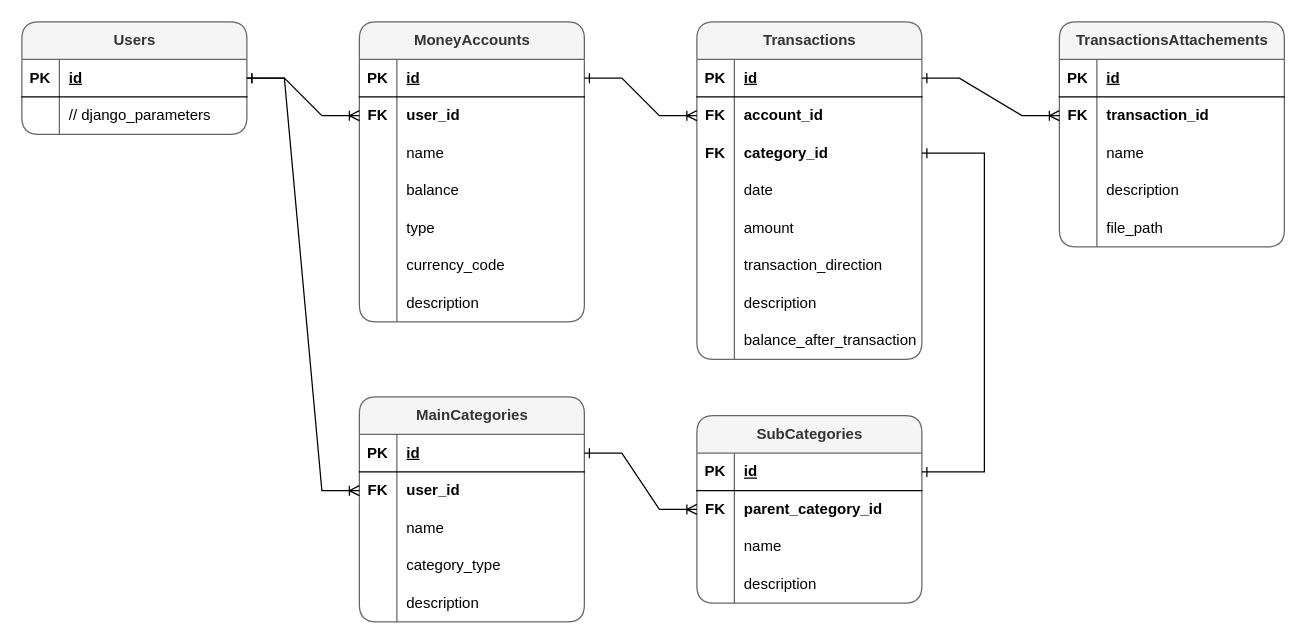
This is docs/src/database_diagram.drawio from infoshareacademy/jpydzr6-monkeys, a draw.io file, before an edit. Source tidied: cells renumbered, new cells numbered last; positions are measured from the earlier drawing's top-left corner, leaving out a move shared by most shapes. Both pictures are drawn from the tidied source at 125%, with x=0, y=0 at pixel (21, 21).
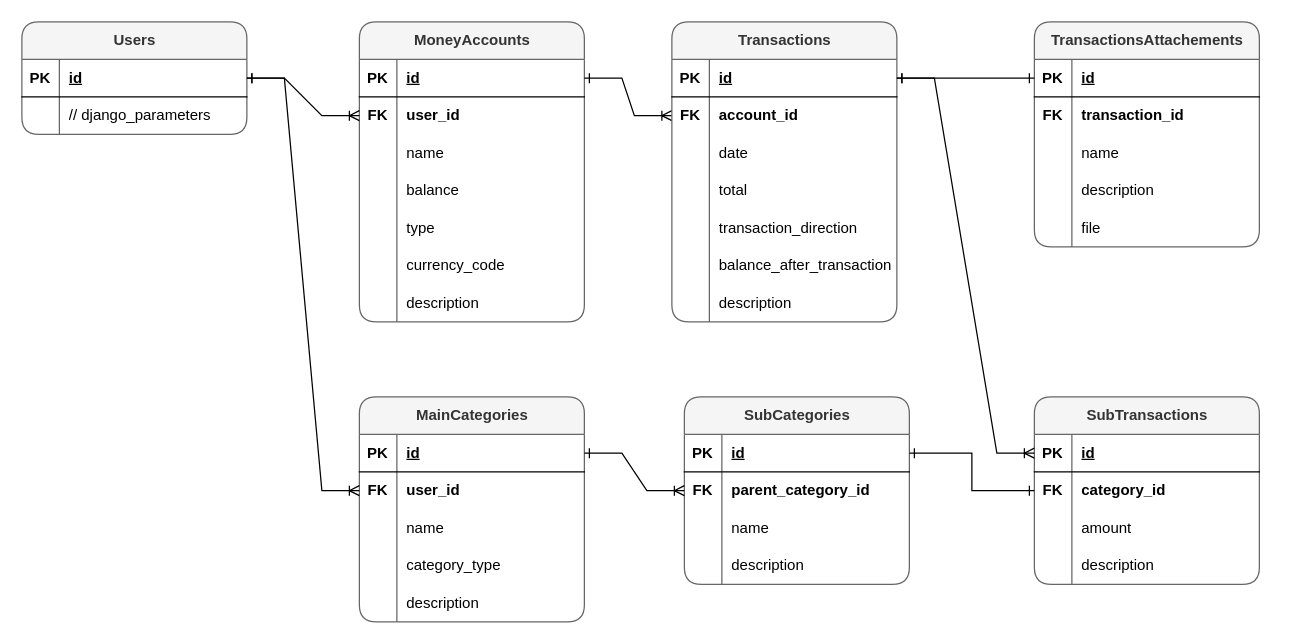
After the change.

Commit message (it also covers changes not shown here):
Added database relations diagram

Unchanged cells that the change refers to:
```xml
<mxCell id="3" style="shape=tableRow;horizontal=0;startSize=0;swimlaneHead=0;swimlaneBody=0;fillColor=none;points=[[0,0.5],[1,0.5]];portConstraint=eastwest;top=0;left=0;right=0;bottom=1;" parent="2" vertex="1">
  <mxGeometry y="30" width="180" height="30" as="geometry" />
</mxCell>
<mxCell id="25" style="shape=tableRow;horizontal=0;startSize=0;swimlaneHead=0;swimlaneBody=0;fillColor=none;points=[[0,0.5],[1,0.5]];portConstraint=eastwest;top=0;left=0;right=0;bottom=1;" parent="24" vertex="1">
  <mxGeometry y="30" width="180" height="30" as="geometry" />
</mxCell>
<mxCell id="73" style="shape=tableRow;horizontal=0;startSize=0;swimlaneHead=0;swimlaneBody=0;fillColor=none;points=[[0,0.5],[1,0.5]];portConstraint=eastwest;top=0;left=0;right=0;bottom=1;" parent="72" vertex="1">
  <mxGeometry y="30" width="180" height="30" as="geometry" />
</mxCell>
<mxCell id="91" style="shape=tableRow;horizontal=0;startSize=0;swimlaneHead=0;swimlaneBody=0;fillColor=none;points=[[0,0.5],[1,0.5]];portConstraint=eastwest;top=0;left=0;right=0;bottom=1;" parent="90" vertex="1">
  <mxGeometry y="30" width="180" height="30" as="geometry" />
</mxCell>
<mxCell id="94" style="shape=tableRow;horizontal=0;startSize=0;swimlaneHead=0;swimlaneBody=0;fillColor=none;points=[[0,0.5],[1,0.5]];portConstraint=eastwest;top=0;left=0;right=0;bottom=0;" parent="90" vertex="1">
  <mxGeometry y="60" width="180" height="30" as="geometry" />
</mxCell>
<mxCell id="103" style="shape=tableRow;horizontal=0;startSize=0;swimlaneHead=0;swimlaneBody=0;fillColor=none;top=0;left=0;right=0;bottom=0;" parent="90" vertex="1">
  <mxGeometry y="150" width="180" height="30" as="geometry" />
</mxCell>
```

Change to the diagram source:
```diff
@@
-    <mxCell id="24" value="Transactions" style="shape=table;startSize=30;childLayout=tableLayout;rowLines=0;fontStyle=1;align=center;html=1;fillColor=#f5f5f5;strokeColor=#666666;fontColor=#333333;rounded=1;" parent="1" vertex="1">
-      <mxGeometry x="540" width="180" height="270" as="geometry" />
+    <mxCell id="24" value="SubTransactions" style="shape=table;startSize=30;childLayout=tableLayout;rowLines=0;fontStyle=1;align=center;html=1;fillColor=#f5f5f5;strokeColor=#666666;fontColor=#333333;rounded=1;" parent="1" vertex="1">
+      <mxGeometry x="810" y="300" width="180" height="150" as="geometry" />
     </mxCell>
@@
-    <mxCell id="28" style="shape=tableRow;horizontal=0;startSize=0;swimlaneHead=0;swimlaneBody=0;fillColor=none;points=[[0,0.5],[1,0.5]];portConstraint=eastwest;top=0;left=0;right=0;bottom=0;" parent="24" vertex="1">
-      <mxGeometry y="60" width="180" height="30" as="geometry" />
-    </mxCell>
-    <mxCell id="29" value="FK" style="shape=partialRectangle;fillColor=none;top=0;left=0;bottom=0;right=0;overflow=hidden;whiteSpace=wrap;html=1;fontStyle=1;" parent="28" vertex="1">
-      <mxGeometry width="30" height="30" as="geometry" />
-    </mxCell>
-    <mxCell id="30" value="account_id" style="shape=partialRectangle;fillColor=none;top=0;left=0;bottom=0;right=0;align=left;spacingLeft=6;overflow=hidden;whiteSpace=wrap;html=1;fontStyle=1;" parent="28" vertex="1">
-      <mxGeometry x="30" width="150" height="30" as="geometry" />
-    </mxCell>
     <mxCell id="31" style="shape=tableRow;horizontal=0;startSize=0;swimlaneHead=0;swimlaneBody=0;fillColor=none;points=[[0,0.5],[1,0.5]];portConstraint=eastwest;top=0;left=0;right=0;bottom=0;" parent="24" vertex="1">
-      <mxGeometry y="90" width="180" height="30" as="geometry" />
+      <mxGeometry y="60" width="180" height="30" as="geometry" />
     </mxCell>
@@
-    <mxCell id="34" style="shape=tableRow;horizontal=0;startSize=0;swimlaneHead=0;swimlaneBody=0;fillColor=none;top=0;left=0;right=0;bottom=0;" parent="24" vertex="1">
-      <mxGeometry y="120" width="180" height="30" as="geometry" />
-    </mxCell>
-    <mxCell id="35" style="shape=partialRectangle;fillColor=none;top=0;left=0;bottom=0;right=0;overflow=hidden;whiteSpace=wrap;html=1;" parent="34" vertex="1">
-      <mxGeometry width="30" height="30" as="geometry" />
-    </mxCell>
-    <mxCell id="36" value="date" style="shape=partialRectangle;fillColor=none;top=0;left=0;bottom=0;right=0;align=left;spacingLeft=6;overflow=hidden;whiteSpace=wrap;html=1;" parent="34" vertex="1">
-      <mxGeometry x="30" width="150" height="30" as="geometry" />
-    </mxCell>
     <mxCell id="37" style="shape=tableRow;horizontal=0;startSize=0;swimlaneHead=0;swimlaneBody=0;fillColor=none;top=0;left=0;right=0;bottom=0;" parent="24" vertex="1">
-      <mxGeometry y="150" width="180" height="30" as="geometry" />
+      <mxGeometry y="90" width="180" height="30" as="geometry" />
     </mxCell>
@@
-    <mxCell id="40" style="shape=tableRow;horizontal=0;startSize=0;swimlaneHead=0;swimlaneBody=0;fillColor=none;top=0;left=0;right=0;bottom=0;" parent="24" vertex="1">
-      <mxGeometry y="180" width="180" height="30" as="geometry" />
-    </mxCell>
-    <mxCell id="41" style="shape=partialRectangle;fillColor=none;top=0;left=0;bottom=0;right=0;overflow=hidden;whiteSpace=wrap;html=1;" parent="40" vertex="1">
-      <mxGeometry width="30" height="30" as="geometry" />
-    </mxCell>
-    <mxCell id="42" value="transaction_direction" style="shape=partialRectangle;fillColor=none;top=0;left=0;bottom=0;right=0;align=left;spacingLeft=6;overflow=hidden;whiteSpace=wrap;html=1;" parent="40" vertex="1">
-      <mxGeometry x="30" width="150" height="30" as="geometry" />
-    </mxCell>
     <mxCell id="43" style="shape=tableRow;horizontal=0;startSize=0;swimlaneHead=0;swimlaneBody=0;fillColor=none;top=0;left=0;right=0;bottom=0;" parent="24" vertex="1">
-      <mxGeometry y="210" width="180" height="30" as="geometry" />
+      <mxGeometry y="120" width="180" height="30" as="geometry" />
     </mxCell>
@@
-    <mxCell id="46" style="shape=tableRow;horizontal=0;startSize=0;swimlaneHead=0;swimlaneBody=0;fillColor=none;top=0;left=0;right=0;bottom=0;" parent="24" vertex="1">
-      <mxGeometry y="240" width="180" height="30" as="geometry" />
-    </mxCell>
-    <mxCell id="47" style="shape=partialRectangle;fillColor=none;top=0;left=0;bottom=0;right=0;overflow=hidden;whiteSpace=wrap;html=1;" parent="46" vertex="1">
-      <mxGeometry width="30" height="30" as="geometry" />
-    </mxCell>
-    <mxCell id="48" value="balance_after_transaction" style="shape=partialRectangle;fillColor=none;top=0;left=0;bottom=0;right=0;align=left;spacingLeft=6;overflow=hidden;whiteSpace=wrap;html=1;" parent="46" vertex="1">
-      <mxGeometry x="30" width="150" height="30" as="geometry" />
-    </mxCell>
@@
     <mxCell id="72" value="SubCategories" style="shape=table;startSize=30;childLayout=tableLayout;rowLines=0;fontStyle=1;align=center;html=1;fillColor=#f5f5f5;strokeColor=#666666;fontColor=#333333;rounded=1;" parent="1" vertex="1">
-      <mxGeometry x="540" y="315" width="180" height="150" as="geometry" />
+      <mxGeometry x="530" y="300" width="180" height="150" as="geometry" />
     </mxCell>
@@
-    <mxCell id="86" style="edgeStyle=entityRelationEdgeStyle;fontSize=12;html=1;endArrow=ERoneToMany;startArrow=ERone;rounded=0;entryX=0;entryY=0.5;entryDx=0;entryDy=0;exitX=1;exitY=0.5;exitDx=0;exitDy=0;" parent="1" edge="1" source="3" target="28">
+    <mxCell id="86" style="edgeStyle=entityRelationEdgeStyle;fontSize=12;html=1;endArrow=ERoneToMany;startArrow=ERone;rounded=0;exitX=1;exitY=0.5;exitDx=0;exitDy=0;entryX=0;entryY=0.5;entryDx=0;entryDy=0;" parent="1" edge="1" source="3" target="28">
       <mxGeometry relative="1" as="geometry" />
     </mxCell>
@@
-    <mxCell id="89" style="edgeStyle=elbowEdgeStyle;fontSize=12;html=1;endArrow=ERone;startArrow=ERone;rounded=0;entryX=1;entryY=0.5;entryDx=0;entryDy=0;exitX=1;exitY=0.5;exitDx=0;exitDy=0;" parent="1" edge="1" source="73" target="31">
-      <mxGeometry relative="1" as="geometry">
-        <Array as="points">
-          <mxPoint x="770" y="220" />
-        </Array>
-      </mxGeometry>
+    <mxCell id="89" style="edgeStyle=elbowEdgeStyle;fontSize=12;html=1;endArrow=ERone;startArrow=ERone;rounded=0;entryX=0;entryY=0.5;entryDx=0;entryDy=0;exitX=1;exitY=0.5;exitDx=0;exitDy=0;" parent="1" edge="1" source="73" target="31">
+      <mxGeometry relative="1" as="geometry" />
     </mxCell>
     <mxCell id="90" value="TransactionsAttachements" style="shape=table;startSize=30;childLayout=tableLayout;rowLines=0;fontStyle=1;align=center;html=1;fillColor=#f5f5f5;strokeColor=#666666;fontColor=#333333;rounded=1;" parent="1" vertex="1">
-      <mxGeometry x="830" width="180" height="180" as="geometry" />
+      <mxGeometry x="810" width="180" height="180" as="geometry" />
     </mxCell>
@@
-    <mxCell id="105" value="file_path" style="shape=partialRectangle;fillColor=none;top=0;left=0;bottom=0;right=0;align=left;spacingLeft=6;overflow=hidden;whiteSpace=wrap;html=1;" parent="103" vertex="1">
+    <mxCell id="105" value="file" style="shape=partialRectangle;fillColor=none;top=0;left=0;bottom=0;right=0;align=left;spacingLeft=6;overflow=hidden;whiteSpace=wrap;html=1;" parent="103" vertex="1">
       <mxGeometry x="30" width="150" height="30" as="geometry" />
     </mxCell>
-    <mxCell id="106" style="edgeStyle=entityRelationEdgeStyle;fontSize=12;html=1;endArrow=ERoneToMany;startArrow=ERone;rounded=0;entryX=0;entryY=0.5;entryDx=0;entryDy=0;exitX=1;exitY=0.5;exitDx=0;exitDy=0;" parent="1" edge="1" source="25" target="94">
-      <mxGeometry relative="1" as="geometry" />
-    </mxCell>
+    <mxCell id="107" value="Transactions" style="shape=table;startSize=30;childLayout=tableLayout;rowLines=0;fontStyle=1;align=center;html=1;fillColor=#f5f5f5;strokeColor=#666666;fontColor=#333333;rounded=1;" parent="1" vertex="1">
+      <mxGeometry x="520" width="180" height="240" as="geometry" />
+    </mxCell>
+    <mxCell id="108" style="shape=tableRow;horizontal=0;startSize=0;swimlaneHead=0;swimlaneBody=0;fillColor=none;points=[[0,0.5],[1,0.5]];portConstraint=eastwest;top=0;left=0;right=0;bottom=1;" parent="107" vertex="1">
+      <mxGeometry y="30" width="180" height="30" as="geometry" />
+    </mxCell>
+    <mxCell id="109" value="PK" style="shape=partialRectangle;fillColor=none;top=0;left=0;bottom=0;right=0;fontStyle=1;overflow=hidden;whiteSpace=wrap;html=1;" parent="108" vertex="1">
+      <mxGeometry width="30" height="30" as="geometry" />
+    </mxCell>
+    <mxCell id="110" value="id" style="shape=partialRectangle;fillColor=none;top=0;left=0;bottom=0;right=0;align=left;spacingLeft=6;fontStyle=5;overflow=hidden;whiteSpace=wrap;html=1;" parent="108" vertex="1">
+      <mxGeometry x="30" width="150" height="30" as="geometry" />
+    </mxCell>
+    <mxCell id="28" style="shape=tableRow;horizontal=0;startSize=0;swimlaneHead=0;swimlaneBody=0;fillColor=none;points=[[0,0.5],[1,0.5]];portConstraint=eastwest;top=0;left=0;right=0;bottom=0;" parent="107" vertex="1">
+      <mxGeometry y="60" width="180" height="30" as="geometry" />
+    </mxCell>
+    <mxCell id="29" value="FK" style="shape=partialRectangle;fillColor=none;top=0;left=0;bottom=0;right=0;overflow=hidden;whiteSpace=wrap;html=1;fontStyle=1;" parent="28" vertex="1">
+      <mxGeometry width="30" height="30" as="geometry" />
+    </mxCell>
+    <mxCell id="30" value="account_id" style="shape=partialRectangle;fillColor=none;top=0;left=0;bottom=0;right=0;align=left;spacingLeft=6;overflow=hidden;whiteSpace=wrap;html=1;fontStyle=1;" parent="28" vertex="1">
+      <mxGeometry x="30" width="150" height="30" as="geometry" />
+    </mxCell>
+    <mxCell id="111" style="shape=tableRow;horizontal=0;startSize=0;swimlaneHead=0;swimlaneBody=0;fillColor=none;top=0;left=0;right=0;bottom=0;" parent="107" vertex="1">
+      <mxGeometry y="90" width="180" height="30" as="geometry" />
+    </mxCell>
+    <mxCell id="112" style="shape=partialRectangle;fillColor=none;top=0;left=0;bottom=0;right=0;overflow=hidden;whiteSpace=wrap;html=1;" parent="111" vertex="1">
+      <mxGeometry width="30" height="30" as="geometry" />
+    </mxCell>
+    <mxCell id="36" value="date" style="shape=partialRectangle;fillColor=none;top=0;left=0;bottom=0;right=0;align=left;spacingLeft=6;overflow=hidden;whiteSpace=wrap;html=1;" parent="111" vertex="1">
+      <mxGeometry x="30" width="150" height="30" as="geometry" />
+    </mxCell>
+    <mxCell id="34" style="shape=tableRow;horizontal=0;startSize=0;swimlaneHead=0;swimlaneBody=0;fillColor=none;top=0;left=0;right=0;bottom=0;" parent="107" vertex="1">
+      <mxGeometry y="120" width="180" height="30" as="geometry" />
+    </mxCell>
+    <mxCell id="113" style="shape=partialRectangle;fillColor=none;top=0;left=0;bottom=0;right=0;overflow=hidden;whiteSpace=wrap;html=1;" parent="34" vertex="1">
+      <mxGeometry width="30" height="30" as="geometry" />
+    </mxCell>
+    <mxCell id="114" value="total" style="shape=partialRectangle;fillColor=none;top=0;left=0;bottom=0;right=0;align=left;spacingLeft=6;overflow=hidden;whiteSpace=wrap;html=1;" parent="34" vertex="1">
+      <mxGeometry x="30" width="150" height="30" as="geometry" />
+    </mxCell>
+    <mxCell id="115" style="shape=tableRow;horizontal=0;startSize=0;swimlaneHead=0;swimlaneBody=0;fillColor=none;top=0;left=0;right=0;bottom=0;" parent="107" vertex="1">
+      <mxGeometry y="150" width="180" height="30" as="geometry" />
+    </mxCell>
+    <mxCell id="116" style="shape=partialRectangle;fillColor=none;top=0;left=0;bottom=0;right=0;overflow=hidden;whiteSpace=wrap;html=1;" parent="115" vertex="1">
+      <mxGeometry width="30" height="30" as="geometry" />
+    </mxCell>
+    <mxCell id="42" value="transaction_direction" style="shape=partialRectangle;fillColor=none;top=0;left=0;bottom=0;right=0;align=left;spacingLeft=6;overflow=hidden;whiteSpace=wrap;html=1;" parent="115" vertex="1">
+      <mxGeometry x="30" width="150" height="30" as="geometry" />
+    </mxCell>
+    <mxCell id="40" style="shape=tableRow;horizontal=0;startSize=0;swimlaneHead=0;swimlaneBody=0;fillColor=none;top=0;left=0;right=0;bottom=0;" parent="107" vertex="1">
+      <mxGeometry y="180" width="180" height="30" as="geometry" />
+    </mxCell>
+    <mxCell id="117" style="shape=partialRectangle;fillColor=none;top=0;left=0;bottom=0;right=0;overflow=hidden;whiteSpace=wrap;html=1;" parent="40" vertex="1">
+      <mxGeometry width="30" height="30" as="geometry" />
+    </mxCell>
+    <mxCell id="48" value="balance_after_transaction" style="shape=partialRectangle;fillColor=none;top=0;left=0;bottom=0;right=0;align=left;spacingLeft=6;overflow=hidden;whiteSpace=wrap;html=1;" parent="40" vertex="1">
+      <mxGeometry x="30" width="150" height="30" as="geometry" />
+    </mxCell>
+    <mxCell id="118" style="shape=tableRow;horizontal=0;startSize=0;swimlaneHead=0;swimlaneBody=0;fillColor=none;top=0;left=0;right=0;bottom=0;" parent="107" vertex="1">
+      <mxGeometry y="210" width="180" height="30" as="geometry" />
+    </mxCell>
+    <mxCell id="119" style="shape=partialRectangle;fillColor=none;top=0;left=0;bottom=0;right=0;overflow=hidden;whiteSpace=wrap;html=1;" parent="118" vertex="1">
+      <mxGeometry width="30" height="30" as="geometry" />
+    </mxCell>
+    <mxCell id="120" value="description" style="shape=partialRectangle;fillColor=none;top=0;left=0;bottom=0;right=0;align=left;spacingLeft=6;overflow=hidden;whiteSpace=wrap;html=1;" parent="118" vertex="1">
+      <mxGeometry x="30" width="150" height="30" as="geometry" />
+    </mxCell>
+    <mxCell id="121" style="edgeStyle=entityRelationEdgeStyle;fontSize=12;html=1;endArrow=ERoneToMany;startArrow=ERone;rounded=0;entryX=0;entryY=0.5;entryDx=0;entryDy=0;exitX=1;exitY=0.5;exitDx=0;exitDy=0;" parent="1" edge="1" source="108" target="25">
+      <mxGeometry relative="1" as="geometry">
+        <Array as="points">
+          <mxPoint x="1090" y="20" />
+        </Array>
+      </mxGeometry>
+    </mxCell>
+    <mxCell id="122" style="edgeStyle=elbowEdgeStyle;fontSize=12;html=1;endArrow=ERone;startArrow=ERone;rounded=0;entryX=0;entryY=0.5;entryDx=0;entryDy=0;exitX=1;exitY=0.5;exitDx=0;exitDy=0;" parent="1" edge="1" source="108" target="91">
+      <mxGeometry relative="1" as="geometry" />
+    </mxCell>
```
